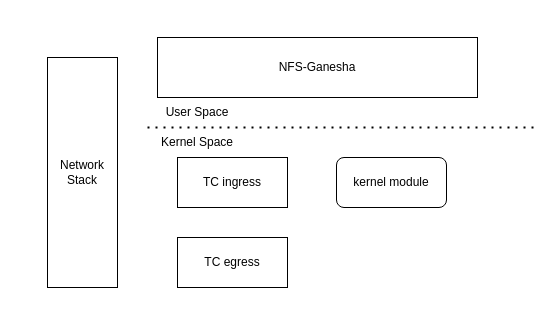
Kakoyi945/cloud keeps this draw.io diagram as 抽象框架.drawio. Above is the earlier version. Source tidied: cells renumbered, new cells numbered last; positions are measured from the earlier drawing's top-left corner, leaving out a move shared by most shapes. Both pictures are drawn from the tidied source at 100%, with x=0, y=0 at pixel (47, 37).
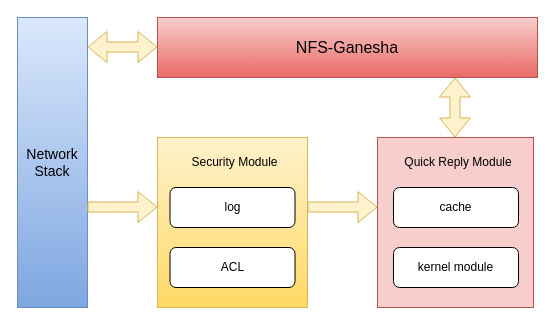
The same diagram, later.

Commit message (it also covers changes not shown here):
更新抽象框架.drawio

The edit, as a diff of the source:
```diff
@@
 <mxGraphModel>
   <root>
     <mxCell id="0" />
     <mxCell id="1" parent="0" />
-    <mxCell id="2" value="NFS-Ganesha" style="rounded=0;whiteSpace=wrap;html=1;" parent="1" vertex="1">
-      <mxGeometry x="110" width="320" height="60" as="geometry" />
+    <mxCell id="2" value="&lt;font style=&quot;font-size: 16px;&quot;&gt;NFS-Ganesha&lt;/font&gt;" style="rounded=0;whiteSpace=wrap;html=1;fillColor=#f8cecc;gradientColor=#ea6b66;strokeColor=#b85450;" parent="1" vertex="1">
+      <mxGeometry x="110" y="-20" width="380" height="60" as="geometry" />
     </mxCell>
-    <mxCell id="3" value="TC ingress" style="rounded=0;whiteSpace=wrap;html=1;" parent="1" vertex="1">
-      <mxGeometry x="130" y="120" width="110" height="50" as="geometry" />
-    </mxCell>
-    <mxCell id="4" value="TC egress" style="rounded=0;whiteSpace=wrap;html=1;" parent="1" vertex="1">
-      <mxGeometry x="130" y="200" width="110" height="50" as="geometry" />
-    </mxCell>
+    <mxCell id="7" value="&lt;font style=&quot;font-size: 14px;&quot;&gt;Network&lt;br&gt;Stack&lt;/font&gt;" style="rounded=0;whiteSpace=wrap;html=1;fillColor=#dae8fc;strokeColor=#6c8ebf;gradientColor=#7ea6e0;" parent="1" vertex="1">
+      <mxGeometry x="-30" y="-20" width="70" height="290" as="geometry" />
+    </mxCell>
+    <mxCell id="10" style="shape=flexArrow;endArrow=classic;startArrow=classic;html=1;rounded=0;fillColor=#fff2cc;strokeColor=#d6b656;" parent="1" edge="1">
+      <mxGeometry relative="1" as="geometry">
+        <mxPoint x="40" y="9.5" as="sourcePoint" />
+        <mxPoint x="110" y="9.5" as="targetPoint" />
+      </mxGeometry>
+    </mxCell>
+    <mxCell id="11" style="rounded=0;whiteSpace=wrap;html=1;fillColor=#fff2cc;gradientColor=#ffd966;strokeColor=#d6b656;" parent="1" vertex="1">
+      <mxGeometry x="110" y="100" width="150" height="170" as="geometry" />
+    </mxCell>
+    <mxCell id="12" style="rounded=0;whiteSpace=wrap;html=1;fillColor=#f8cecc;strokeColor=#b85450;" parent="1" vertex="1">
+      <mxGeometry x="330" y="100" width="156" height="170" as="geometry" />
+    </mxCell>
+    <mxCell id="13" value="log" style="rounded=1;whiteSpace=wrap;html=1;" parent="1" vertex="1">
+      <mxGeometry x="122.5" y="150" width="125" height="40" as="geometry" />
+    </mxCell>
+    <mxCell id="14" value="cache" style="rounded=1;whiteSpace=wrap;html=1;" parent="1" vertex="1">
+      <mxGeometry x="346" y="150" width="125" height="40" as="geometry" />
+    </mxCell>
     <mxCell id="5" value="kernel module" style="rounded=1;whiteSpace=wrap;html=1;" parent="1" vertex="1">
-      <mxGeometry x="289" y="120" width="110" height="50" as="geometry" />
+      <mxGeometry x="346" y="210" width="125" height="40" as="geometry" />
     </mxCell>
-    <mxCell id="6" style="endArrow=none;dashed=1;html=1;dashPattern=1 3;strokeWidth=2;rounded=0;" parent="1" edge="1">
-      <mxGeometry relative="1" as="geometry">
-        <mxPoint x="100" y="90" as="sourcePoint" />
-        <mxPoint x="490" y="90" as="targetPoint" />
-      </mxGeometry>
-    </mxCell>
-    <mxCell id="7" value="Network&lt;br&gt;Stack" style="rounded=0;whiteSpace=wrap;html=1;" parent="1" vertex="1">
-      <mxGeometry y="20" width="70" height="230" as="geometry" />
-    </mxCell>
-    <mxCell id="8" value="User Space" style="text;html=1;strokeColor=none;fillColor=none;align=center;verticalAlign=middle;whiteSpace=wrap;rounded=0;" parent="1" vertex="1">
-      <mxGeometry x="100" y="60" width="100" height="30" as="geometry" />
-    </mxCell>
-    <mxCell id="9" value="Kernel Space" style="text;html=1;strokeColor=none;fillColor=none;align=center;verticalAlign=middle;whiteSpace=wrap;rounded=0;" parent="1" vertex="1">
-      <mxGeometry x="100" y="90" width="100" height="30" as="geometry" />
-    </mxCell>
+    <mxCell id="15" value="ACL" style="rounded=1;whiteSpace=wrap;html=1;" parent="1" vertex="1">
+      <mxGeometry x="122.5" y="210" width="125" height="40" as="geometry" />
+    </mxCell>
+    <mxCell id="16" value="Security Module" style="text;html=1;strokeColor=none;fillColor=none;align=center;verticalAlign=middle;whiteSpace=wrap;rounded=0;" parent="1" vertex="1">
+      <mxGeometry x="140" y="110" width="95" height="30" as="geometry" />
+    </mxCell>
+    <mxCell id="17" value="Quick Reply Module" style="text;html=1;strokeColor=none;fillColor=none;align=center;verticalAlign=middle;whiteSpace=wrap;rounded=0;" parent="1" vertex="1">
+      <mxGeometry x="346" y="110" width="130" height="30" as="geometry" />
+    </mxCell>
+    <mxCell id="18" style="shape=flexArrow;endArrow=classic;html=1;rounded=0;entryX=-0.021;entryY=0.422;entryDx=0;entryDy=0;entryPerimeter=0;fillColor=#fff2cc;strokeColor=#d6b656;" parent="1" edge="1">
+      <mxGeometry relative="1" as="geometry">
+        <mxPoint x="40" y="169.5" as="sourcePoint" />
+        <mxPoint x="110" y="169.6" as="targetPoint" />
+      </mxGeometry>
+    </mxCell>
+    <mxCell id="19" style="shape=flexArrow;endArrow=classic;html=1;rounded=0;entryX=-0.021;entryY=0.422;entryDx=0;entryDy=0;entryPerimeter=0;fillColor=#fff2cc;strokeColor=#d6b656;" parent="1" edge="1">
+      <mxGeometry relative="1" as="geometry">
+        <mxPoint x="260" y="169.5" as="sourcePoint" />
+        <mxPoint x="330" y="169.6" as="targetPoint" />
+      </mxGeometry>
+    </mxCell>
+    <mxCell id="20" style="shape=flexArrow;endArrow=classic;startArrow=classic;html=1;rounded=0;strokeColor=#d6b656;fillColor=#fff2cc;" parent="1" edge="1">
+      <mxGeometry relative="1" as="geometry">
+        <mxPoint x="407.5" y="100" as="sourcePoint" />
+        <mxPoint x="407.5" y="40" as="targetPoint" />
+      </mxGeometry>
+    </mxCell>
   </root>
 </mxGraphModel>
```
